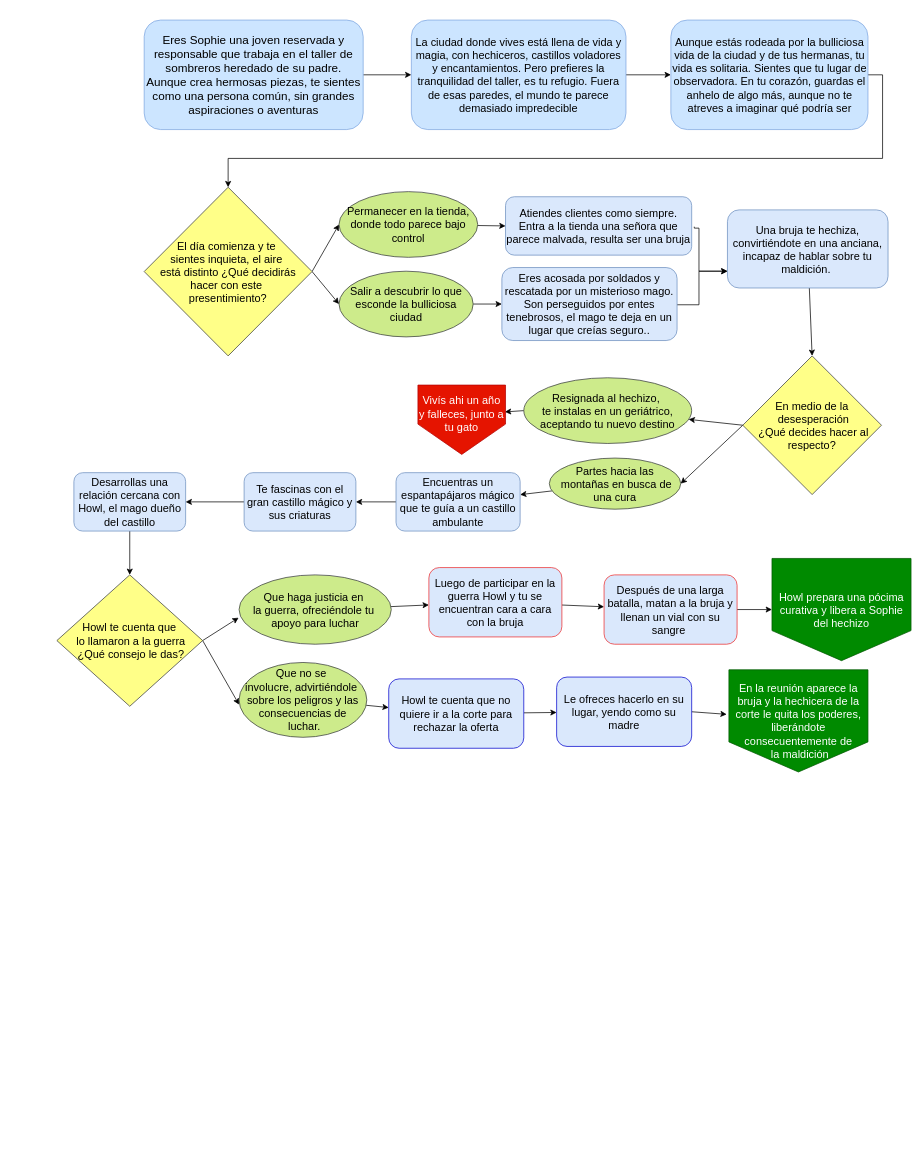
delfinapinto/pmiw keeps this draw.io diagram as diagramaFINAL.drawio (2).drawio. Above is the earlier version. Source tidied: cells renumbered, new cells numbered last; positions are measured from the earlier drawing's top-left corner, leaving out a move shared by most shapes. Both pictures are drawn from the tidied source at 73%, with x=0, y=0 at pixel (56, 20).
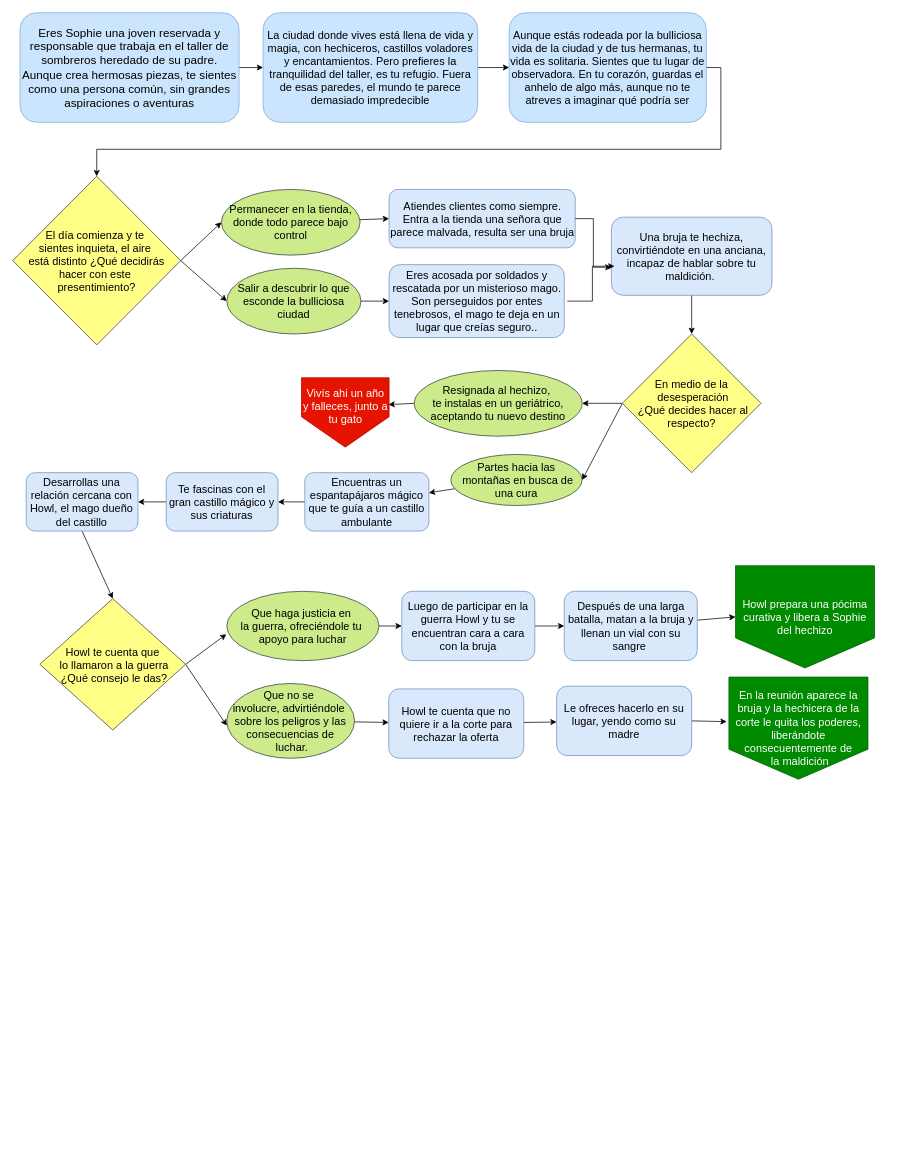
The same diagram, later.

What changed in the source:
```diff
@@
     <mxCell id="3" value="&lt;div style=&quot;&quot;&gt;&lt;font style=&quot;font-size: 16px;&quot;&gt;Eres Sophie una joven reservada y responsable que trabaja en el taller de sombreros heredado de su padre. Aunque crea hermosas piezas, te sientes como una persona común, sin grandes aspiraciones o aventuras&lt;/font&gt;&lt;br&gt;&lt;/div&gt;" style="rounded=1;whiteSpace=wrap;html=1;fontSize=12;glass=0;strokeWidth=1;shadow=0;fillColor=#cce5ff;strokeColor=#7EA6E0;align=center;" parent="1" vertex="1">
-      <mxGeometry x="120" width="300" height="150" as="geometry" />
+      <mxGeometry x="-50" y="-10" width="300" height="150" as="geometry" />
     </mxCell>
@@
     <mxCell id="6" value="&lt;font style=&quot;font-size: 15px;&quot;&gt;&lt;font style=&quot;font-size: 15px;&quot;&gt;El día comienza&lt;/font&gt;&lt;span style=&quot;background-color: initial;&quot;&gt;&amp;nbsp;y te&amp;nbsp;&lt;/span&gt;&lt;/font&gt;&lt;div style=&quot;font-size: 15px;&quot;&gt;&lt;font style=&quot;font-size: 15px;&quot;&gt;&lt;span style=&quot;background-color: initial;&quot;&gt;sientes&amp;nbsp;&lt;/span&gt;&lt;span style=&quot;background-color: initial;&quot;&gt;inquieta, el aire&amp;nbsp;&lt;/span&gt;&lt;/font&gt;&lt;/div&gt;&lt;div style=&quot;font-size: 15px;&quot;&gt;&lt;font style=&quot;font-size: 15px;&quot;&gt;&lt;span style=&quot;background-color: initial;&quot;&gt;está distinto&lt;/span&gt;&lt;span style=&quot;background-color: initial;&quot;&gt;&amp;nbsp;¿Qué decidirás hacer&amp;nbsp;&lt;/span&gt;&lt;span style=&quot;background-color: initial;&quot;&gt;con&amp;nbsp;&lt;/span&gt;&lt;span style=&quot;background-color: initial;&quot;&gt;este&amp;nbsp;&lt;/span&gt;&lt;/font&gt;&lt;/div&gt;&lt;div style=&quot;font-size: 15px;&quot;&gt;&lt;font style=&quot;font-size: 15px;&quot;&gt;&lt;span style=&quot;background-color: initial;&quot;&gt;presentimiento&lt;/span&gt;&lt;span style=&quot;background-color: initial;&quot;&gt;?&lt;/span&gt;&lt;/font&gt;&lt;/div&gt;" style="rhombus;whiteSpace=wrap;html=1;fillColor=#ffff88;strokeColor=#36393d;" parent="1" vertex="1">
-      <mxGeometry x="120" y="229" width="230" height="231" as="geometry" />
+      <mxGeometry x="-60" y="214" width="230" height="231" as="geometry" />
     </mxCell>
@@
     <mxCell id="8" value="&lt;font style=&quot;font-size: 15px;&quot;&gt;Permanecer en la tienda, donde todo parece bajo control&lt;/font&gt;" style="ellipse;whiteSpace=wrap;html=1;fillColor=#cdeb8b;strokeColor=#36393d;" parent="1" vertex="1">
-      <mxGeometry x="386.9" y="235" width="190" height="90" as="geometry" />
+      <mxGeometry x="225.8" y="232" width="190" height="90" as="geometry" />
     </mxCell>
@@
     <mxCell id="10" value="&lt;font style=&quot;font-size: 15px;&quot;&gt;Salir a descubrir lo que esconde la bulliciosa ciudad&lt;/font&gt;" style="ellipse;whiteSpace=wrap;html=1;fillColor=#cdeb8b;strokeColor=#36393d;" parent="1" vertex="1">
-      <mxGeometry x="386.9" y="344" width="183.8" height="90" as="geometry" />
+      <mxGeometry x="233.2" y="340" width="183.8" height="90" as="geometry" />
     </mxCell>
-    <mxCell id="11" style="edgeStyle=orthogonalEdgeStyle;rounded=0;jettySize=auto;html=1;exitX=1.014;exitY=0.513;exitDx=0;exitDy=0;exitPerimeter=0;" parent="1" edge="1" source="12" target="16">
-      <mxGeometry relative="1" as="geometry">
-        <Array as="points">
-          <mxPoint x="874" y="285" />
-          <mxPoint x="880" y="285" />
-          <mxPoint x="880" y="344" />
-        </Array>
-      </mxGeometry>
-    </mxCell>
     <mxCell id="12" value="&lt;font style=&quot;font-size: 15px;&quot;&gt;Atiendes clientes como siempre. Entra a la tienda una señora que parece malvada, resulta ser una bruja&lt;/font&gt;" style="whiteSpace=wrap;html=1;rounded=1;fillColor=#dae8fc;strokeColor=#6c8ebf;" parent="1" vertex="1">
-      <mxGeometry x="615" y="242" width="255" height="80" as="geometry" />
+      <mxGeometry x="455.5" y="232" width="255" height="80" as="geometry" />
     </mxCell>
-    <mxCell id="13" style="edgeStyle=orthogonalEdgeStyle;rounded=0;jettySize=auto;html=1;" parent="1" edge="1" source="14" target="16">
-      <mxGeometry relative="1" as="geometry">
-        <Array as="points">
-          <mxPoint x="880" y="390" />
-          <mxPoint x="880" y="344" />
-        </Array>
-      </mxGeometry>
-    </mxCell>
     <mxCell id="14" value="&lt;font style=&quot;font-size: 15px;&quot;&gt;Eres acosada por soldados y rescatada por un misterioso mago. Son perseguidos por entes tenebrosos, el mago te deja en un lugar  que creías seguro..&lt;/font&gt;" style="rounded=1;whiteSpace=wrap;html=1;fillColor=#dae8fc;strokeColor=#6c8ebf;" parent="1" vertex="1">
-      <mxGeometry x="610" y="339" width="240" height="100" as="geometry" />
+      <mxGeometry x="455.5" y="335" width="240" height="100" as="geometry" />
     </mxCell>
@@
     <mxCell id="16" value="&lt;font style=&quot;font-size: 15px;&quot;&gt;Una bruja te hechiza, convirtiéndote en una anciana, incapaz de hablar sobre tu maldición.&amp;nbsp;&lt;/font&gt;" style="rounded=1;whiteSpace=wrap;html=1;fillColor=#dae8fc;strokeColor=#6c8ebf;" parent="1" vertex="1">
-      <mxGeometry x="919" y="260" width="220" height="107" as="geometry" />
+      <mxGeometry x="760" y="270" width="220" height="107" as="geometry" />
     </mxCell>
@@
     <mxCell id="18" value="&lt;font style=&quot;font-size: 15px;&quot;&gt;Resignada al hechizo,&amp;nbsp;&lt;/font&gt;&lt;div style=&quot;font-size: 15px;&quot;&gt;&lt;font style=&quot;font-size: 15px;&quot;&gt;te instalas en un geriátrico, aceptando tu nuevo destino&lt;/font&gt;&lt;/div&gt;" style="ellipse;whiteSpace=wrap;html=1;fillColor=#cdeb8b;strokeColor=#36393d;" parent="1" vertex="1">
-      <mxGeometry x="640" y="490" width="230" height="90" as="geometry" />
+      <mxGeometry x="490" y="480" width="230" height="90" as="geometry" />
     </mxCell>
@@
     <mxCell id="20" value="&lt;font style=&quot;font-size: 15px;&quot;&gt;Partes hacia las&lt;/font&gt;&lt;div&gt;&lt;font style=&quot;font-size: 15px;&quot;&gt;&amp;nbsp;montañas en busca de una cura&lt;/font&gt;&lt;/div&gt;" style="ellipse;whiteSpace=wrap;html=1;fillColor=#cdeb8b;strokeColor=#36393d;" parent="1" vertex="1">
-      <mxGeometry x="675" y="600" width="180" height="70" as="geometry" />
+      <mxGeometry x="540" y="595" width="180" height="70" as="geometry" />
     </mxCell>
     <mxCell id="21" value="&lt;div style=&quot;font-size: 15px;&quot;&gt;&lt;font style=&quot;font-size: 15px;&quot;&gt;&lt;span style=&quot;background-color: initial;&quot;&gt;Vivís&lt;/span&gt;&lt;span style=&quot;background-color: initial;&quot; class=&quot;ql-cursor&quot;&gt;&lt;/span&gt;&lt;span style=&quot;background-color: initial;&quot;&gt; ahi un año y falleces, junto a tu gato&lt;/span&gt;&lt;br&gt;&lt;/font&gt;&lt;/div&gt;&lt;div style=&quot;font-size: 15px;&quot;&gt;&lt;br&gt;&lt;/div&gt;" style="shape=offPageConnector;whiteSpace=wrap;html=1;fillColor=#e51400;fontColor=#ffffff;strokeColor=#B20000;size=0.43703703703703706;" parent="1" vertex="1">
-      <mxGeometry x="495" y="500" width="120" height="95" as="geometry" />
+      <mxGeometry x="335.5" y="490" width="120" height="95" as="geometry" />
     </mxCell>
@@
     <mxCell id="23" value="&lt;font style=&quot;font-size: 15px;&quot;&gt;Encuentras un espantapájaros mágico que te guía a un castillo ambulante&lt;/font&gt;" style="rounded=1;whiteSpace=wrap;html=1;fillColor=#dae8fc;strokeColor=#6c8ebf;" parent="1" vertex="1">
-      <mxGeometry x="465" y="620" width="170" height="80" as="geometry" />
+      <mxGeometry x="340" y="620" width="170" height="80" as="geometry" />
     </mxCell>
@@
     <mxCell id="26" value="&lt;font style=&quot;font-size: 15px;&quot;&gt;Howl te cuenta que&lt;/font&gt;&lt;div&gt;&lt;font style=&quot;font-size: 15px;&quot;&gt;&amp;nbsp;lo llamaron a la guerra&lt;/font&gt;&lt;/div&gt;&lt;div&gt;&lt;font style=&quot;font-size: 15px;&quot;&gt;&amp;nbsp;¿Qué consejo le das&lt;/font&gt;&lt;span style=&quot;font-size: 15px; background-color: initial;&quot;&gt;?&lt;/span&gt;&lt;/div&gt;" style="rhombus;whiteSpace=wrap;html=1;fillColor=#ffff88;strokeColor=#36393d;" parent="1" vertex="1">
-      <mxGeometry x="0.4" y="760" width="199.7" height="180" as="geometry" />
+      <mxGeometry x="-22.9" y="792.5" width="199.7" height="180" as="geometry" />
     </mxCell>
@@
     <mxCell id="28" value="&lt;font style=&quot;font-size: 15px;&quot;&gt;Que haga justicia en&amp;nbsp;&lt;/font&gt;&lt;div&gt;&lt;font style=&quot;font-size: 15px;&quot;&gt;la&amp;nbsp;&lt;/font&gt;&lt;span style=&quot;font-size: 15px; background-color: initial;&quot;&gt;guerra, ofreciéndole tu&amp;nbsp;&lt;/span&gt;&lt;/div&gt;&lt;div&gt;&lt;span style=&quot;font-size: 15px; background-color: initial;&quot;&gt;apoyo para luchar&lt;/span&gt;&lt;/div&gt;" style="ellipse;whiteSpace=wrap;html=1;fillColor=#cdeb8b;strokeColor=#36393d;" parent="1" vertex="1">
-      <mxGeometry x="250" y="760" width="208.5" height="95" as="geometry" />
+      <mxGeometry x="233.2" y="782.5" width="208.5" height="95" as="geometry" />
     </mxCell>
@@
     <mxCell id="30" value="&lt;font style=&quot;font-size: 15px;&quot;&gt;Que no se&amp;nbsp;&lt;/font&gt;&lt;div style=&quot;font-size: 15px;&quot;&gt;&lt;font style=&quot;font-size: 15px;&quot;&gt;involucre, advirtiéndole&amp;nbsp;&lt;/font&gt;&lt;/div&gt;&lt;div style=&quot;font-size: 15px;&quot;&gt;&lt;font style=&quot;font-size: 15px;&quot;&gt;sobre los peligros y las consecuencias de&lt;/font&gt;&lt;div style=&quot;&quot;&gt;&lt;font style=&quot;font-size: 15px;&quot;&gt;&amp;nbsp;luchar.&lt;/font&gt;&lt;/div&gt;&lt;/div&gt;" style="ellipse;whiteSpace=wrap;html=1;fillColor=#cdeb8b;strokeColor=#36393d;" parent="1" vertex="1">
-      <mxGeometry x="250" y="880" width="175" height="102.5" as="geometry" />
+      <mxGeometry x="233.2" y="908.8" width="175" height="102.5" as="geometry" />
     </mxCell>
@@
-    <mxCell id="32" value="&lt;font style=&quot;font-size: 15px;&quot;&gt;Luego de participar en la guerra&amp;nbsp;Howl y tu se encuentran cara a cara con la bruja&lt;/font&gt;" style="rounded=1;whiteSpace=wrap;html=1;fillColor=#dae8fc;strokeColor=#ed2c2c;" parent="1" vertex="1">
-      <mxGeometry x="510" y="750" width="182.2" height="95" as="geometry" />
+    <mxCell id="32" value="&lt;font style=&quot;font-size: 15px;&quot;&gt;Luego de participar en la guerra&amp;nbsp;Howl y tu se encuentran cara a cara con la bruja&lt;/font&gt;" style="rounded=1;whiteSpace=wrap;html=1;fillColor=#dae8fc;strokeColor=#6C8EBF;" parent="1" vertex="1">
+      <mxGeometry x="472.9" y="782.5" width="182.2" height="95" as="geometry" />
     </mxCell>
@@
-    <mxCell id="34" value="&lt;font style=&quot;font-size: 15px;&quot;&gt;Howl te cuenta que no quiere ir a la corte para rechazar la oferta&lt;/font&gt;" style="rounded=1;whiteSpace=wrap;html=1;fillColor=#dae8fc;strokeColor=#0000CC;" parent="1" vertex="1">
-      <mxGeometry x="455" y="902.5" width="185" height="95" as="geometry" />
+    <mxCell id="34" value="&lt;font style=&quot;font-size: 15px;&quot;&gt;Howl te cuenta que no quiere ir a la corte para rechazar la oferta&lt;/font&gt;" style="rounded=1;whiteSpace=wrap;html=1;fillColor=#dae8fc;strokeColor=#6C8EBF;" parent="1" vertex="1">
+      <mxGeometry x="455" y="916.2" width="185" height="95" as="geometry" />
     </mxCell>
@@
     <mxCell id="37" value="&lt;font style=&quot;font-size: 15px;&quot;&gt;En la reunión aparece la bruja y la hechicera de la corte le quita los poderes, liberándote consecuentemente de&lt;/font&gt;&lt;div style=&quot;font-size: 15px;&quot;&gt;&lt;font style=&quot;font-size: 15px;&quot;&gt;&amp;nbsp;la maldición&lt;/font&gt;&lt;/div&gt;" style="shape=offPageConnector;whiteSpace=wrap;html=1;fillColor=#008a00;fontColor=#ffffff;strokeColor=#005700;size=0.29411764705882354;" parent="1" vertex="1">
-      <mxGeometry x="921" y="890" width="190.5" height="140" as="geometry" />
+      <mxGeometry x="921" y="900" width="190.5" height="140" as="geometry" />
     </mxCell>
@@
     <mxCell id="39" value="&lt;font style=&quot;font-size: 15px;&quot;&gt;La ciudad donde vives está llena de vida y magia, con hechiceros, castillos voladores y encantamientos. Pero prefieres la tranquilidad del taller, es tu refugio. Fuera de esas paredes, el mundo te parece demasiado impredecible&lt;/font&gt;" style="rounded=1;whiteSpace=wrap;html=1;fontSize=12;glass=0;strokeWidth=1;shadow=0;fillColor=#cce5ff;strokeColor=#7EA6E0;" parent="1" vertex="1">
-      <mxGeometry x="486" width="294" height="150" as="geometry" />
+      <mxGeometry x="282.9" y="-10" width="294" height="150" as="geometry" />
     </mxCell>
@@
     <mxCell id="41" value="&lt;font style=&quot;font-size: 15px;&quot;&gt;Aunque estás rodeada por la bulliciosa vida de la ciudad y de tus hermanas, tu vida es solitaria. Sientes que tu lugar de observadora. En tu corazón, guardas el anhelo de algo más, aunque no te atreves a imaginar qué podría ser&lt;/font&gt;" style="rounded=1;whiteSpace=wrap;html=1;fontSize=12;glass=0;strokeWidth=1;shadow=0;fillColor=#cce5ff;strokeColor=#7EA6E0;" parent="1" vertex="1">
-      <mxGeometry x="841.5" width="270" height="150" as="geometry" />
+      <mxGeometry x="620" y="-10" width="270" height="150" as="geometry" />
     </mxCell>
@@
     <mxCell id="44" value="&lt;div style=&quot;font-size: 15px;&quot;&gt;&lt;font style=&quot;font-size: 15px;&quot;&gt;En medio de la&lt;/font&gt;&lt;/div&gt;&lt;div style=&quot;font-size: 15px;&quot;&gt;&lt;font style=&quot;font-size: 15px;&quot;&gt;&amp;nbsp;desesperación&lt;/font&gt;&lt;/div&gt;&lt;div style=&quot;font-size: 15px;&quot;&gt;&lt;font style=&quot;font-size: 15px;&quot;&gt;&amp;nbsp;¿Qué decides hacer al respecto?&lt;/font&gt;&lt;/div&gt;" style="rhombus;whiteSpace=wrap;html=1;fillColor=#ffff88;strokeColor=#36393d;" parent="1" vertex="1">
-      <mxGeometry x="940" y="460" width="190" height="190" as="geometry" />
+      <mxGeometry x="775" y="430" width="190" height="190" as="geometry" />
     </mxCell>
@@
-    <mxCell id="46" style="edgeStyle=orthogonalEdgeStyle;rounded=0;jettySize=auto;html=1;" parent="1" edge="1" source="47" target="50">
+    <mxCell id="46" style="rounded=0;jettySize=auto;html=1;" parent="1" edge="1" source="47" target="50">
       <mxGeometry relative="1" as="geometry" />
     </mxCell>
     <mxCell id="47" value="&lt;font style=&quot;font-size: 15px;&quot;&gt;Te fascinas con el gran castillo mágico y sus criaturas&lt;/font&gt;" style="rounded=1;whiteSpace=wrap;html=1;fillColor=#dae8fc;strokeColor=#6c8ebf;" parent="1" vertex="1">
-      <mxGeometry x="256.9" y="620" width="153.1" height="80" as="geometry" />
+      <mxGeometry x="150.2" y="620" width="153.1" height="80" as="geometry" />
     </mxCell>
@@
-    <mxCell id="49" value="&lt;span style=&quot;font-size: 15px;&quot;&gt;Después de una larga batalla, matan a la bruja y llenan un vial con su sangre&amp;nbsp;&lt;/span&gt;" style="rounded=1;whiteSpace=wrap;html=1;fillColor=#dae8fc;strokeColor=#ed2c2c;" parent="1" vertex="1">
-      <mxGeometry x="750" y="760" width="182.2" height="95" as="geometry" />
+    <mxCell id="49" value="&lt;span style=&quot;font-size: 15px;&quot;&gt;Después de una larga batalla, matan a la bruja y llenan un vial con su sangre&amp;nbsp;&lt;/span&gt;" style="rounded=1;whiteSpace=wrap;html=1;fillColor=#dae8fc;strokeColor=#6C8EBF;" parent="1" vertex="1">
+      <mxGeometry x="695.5" y="782.5" width="182.2" height="95" as="geometry" />
     </mxCell>
     <mxCell id="50" value="&lt;font style=&quot;font-size: 15px;&quot;&gt;Desarrollas una relación cercana con Howl, el mago dueño del castillo&lt;/font&gt;" style="rounded=1;whiteSpace=wrap;html=1;fillColor=#dae8fc;strokeColor=#6c8ebf;" parent="1" vertex="1">
-      <mxGeometry x="23.7" y="620" width="153.1" height="80" as="geometry" />
+      <mxGeometry x="-41.6" y="620" width="153.1" height="80" as="geometry" />
     </mxCell>
     <mxCell id="51" value="&lt;span style=&quot;font-size: 15px;&quot;&gt;Howl prepara una pócima curativa y libera a Sophie del hechizo&lt;/span&gt;" style="shape=offPageConnector;whiteSpace=wrap;html=1;fillColor=#008a00;fontColor=#ffffff;strokeColor=#005700;size=0.29411764705882354;" parent="1" vertex="1">
-      <mxGeometry x="980" y="737.5" width="190.5" height="140" as="geometry" />
+      <mxGeometry x="930" y="747.5" width="190.5" height="140" as="geometry" />
     </mxCell>
-    <mxCell id="52" value="&lt;span style=&quot;font-size: 15px;&quot;&gt;Le ofreces hacerlo en su lugar, yendo como su madre&lt;/span&gt;" style="rounded=1;whiteSpace=wrap;html=1;fillColor=#dae8fc;strokeColor=#0000CC;" parent="1" vertex="1">
-      <mxGeometry x="685" y="900" width="185" height="95" as="geometry" />
+    <mxCell id="52" value="&lt;span style=&quot;font-size: 15px;&quot;&gt;Le ofreces hacerlo en su lugar, yendo como su madre&lt;/span&gt;" style="rounded=1;whiteSpace=wrap;html=1;fillColor=#dae8fc;strokeColor=#6C8EBF;" parent="1" vertex="1">
+      <mxGeometry x="685" y="912.5" width="185" height="95" as="geometry" />
     </mxCell>
+    <mxCell id="11" style="edgeStyle=orthogonalEdgeStyle;rounded=0;jettySize=auto;html=1;entryX=0.001;entryY=0.641;entryDx=0;entryDy=0;entryPerimeter=0;" parent="1" edge="1" source="12" target="16">
+      <mxGeometry relative="1" as="geometry" />
+    </mxCell>
+    <mxCell id="53" style="edgeStyle=orthogonalEdgeStyle;rounded=0;orthogonalLoop=1;jettySize=auto;html=1;entryX=0.001;entryY=0.628;entryDx=0;entryDy=0;entryPerimeter=0;" parent="1" edge="1">
+      <mxGeometry relative="1" as="geometry">
+        <mxPoint x="699.5" y="385" as="sourcePoint" />
+        <mxPoint x="764.2" y="337.2" as="targetPoint" />
+        <Array as="points">
+          <mxPoint x="734" y="385" />
+          <mxPoint x="734" y="337" />
+        </Array>
+      </mxGeometry>
+    </mxCell>
```
